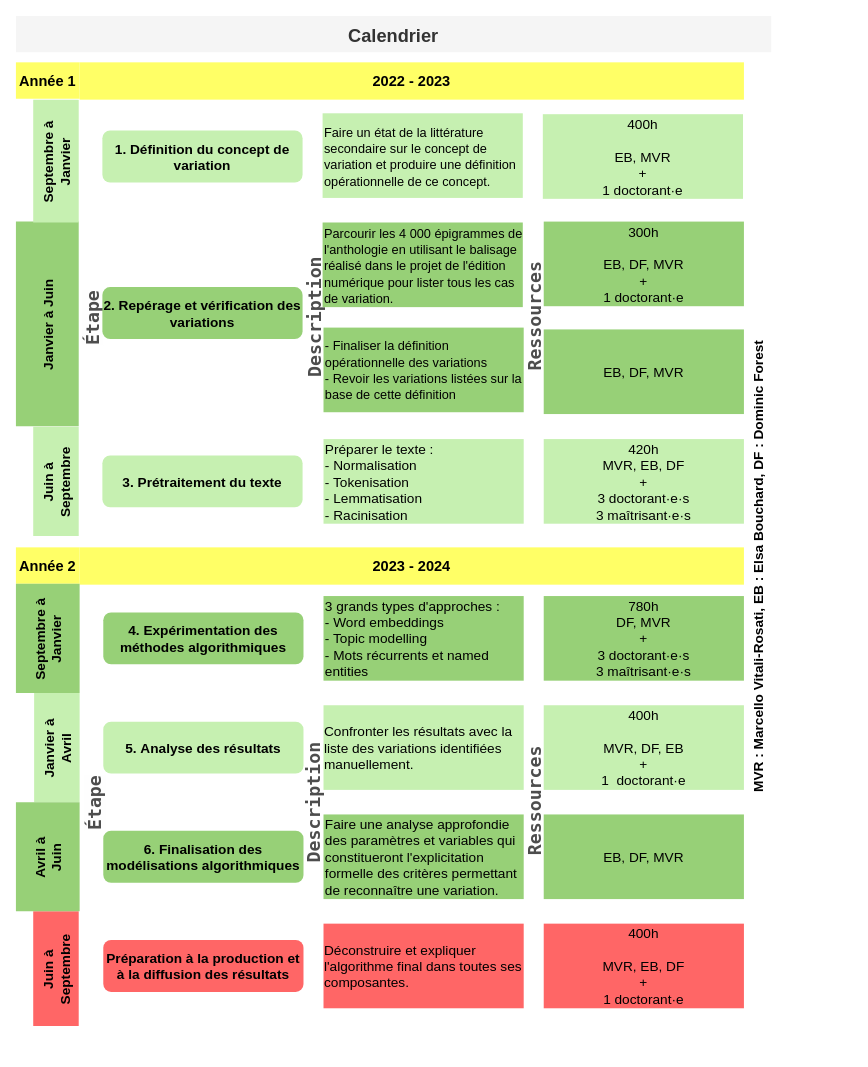
Before: page "Page-1" (1 of 2) of test Diagram.drawio in RochDLY/drawAAP, a draw.io diagram. Source tidied: cells renumbered, new cells numbered last; positions are measured from the earlier drawing's top-left corner, leaving out a move shared by most shapes. Both pictures are drawn from the tidied source at 91%, with x=0, y=0 at pixel (-116, 15).
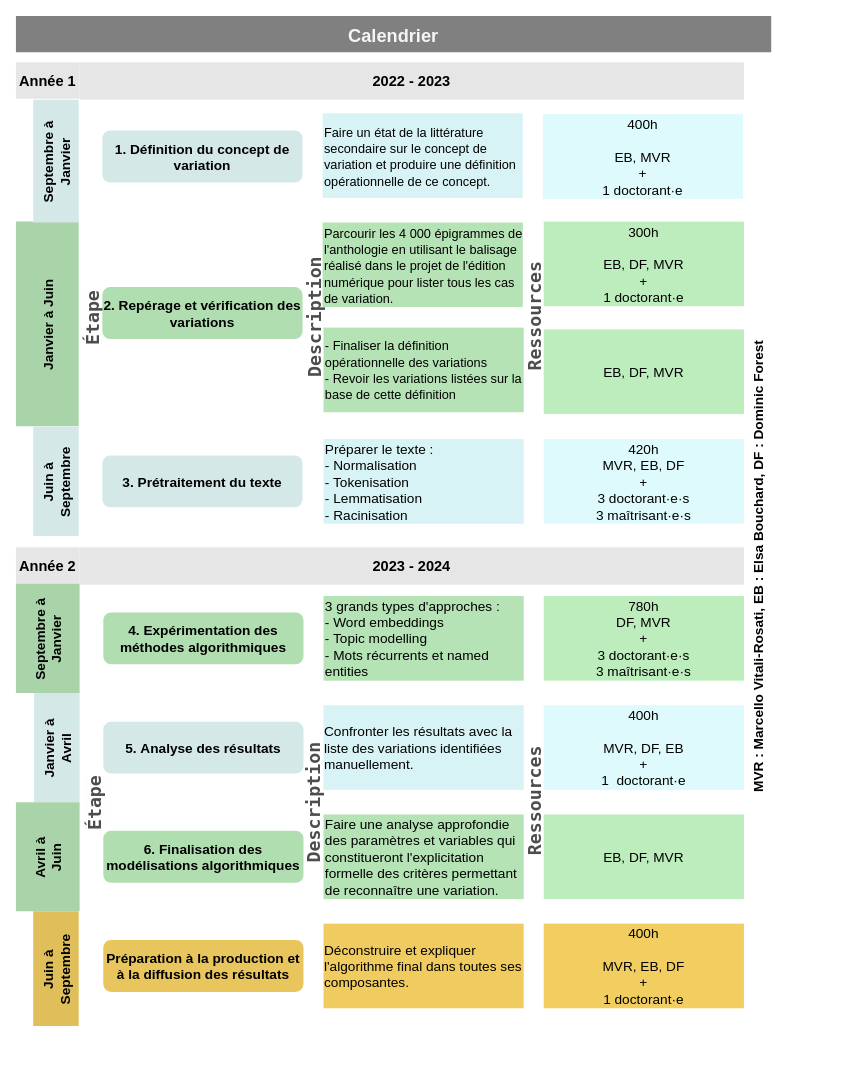
Above is the later version.

Diff of the diagram source:
```diff
@@
-    <mxCell id="2" value="Calendrier" style="swimlane;startSize=40;strokeColor=none;fontSize=20;strokeWidth=0;fillColor=#f5f5f5;fontColor=#333333;" parent="1" vertex="1">
+    <mxCell id="2" value="Calendrier" style="swimlane;startSize=40;strokeColor=none;fontSize=20;strokeWidth=0;fillColor=#808080;fontColor=#F5F5F5;" parent="1" vertex="1">
       <mxGeometry x="144" width="830" height="1139" as="geometry" />
     </mxCell>
-    <mxCell id="3" value="&lt;b&gt;&lt;font style=&quot;font-size: 16px&quot;&gt;2023 - 2024&lt;/font&gt;&lt;/b&gt;" style="rounded=0;whiteSpace=wrap;html=1;shadow=0;sketch=0;strokeColor=none;fillColor=#FFFF66;" parent="2" vertex="1">
+    <mxCell id="3" value="&lt;b&gt;&lt;font style=&quot;font-size: 16px&quot;&gt;2023 - 2024&lt;/font&gt;&lt;/b&gt;" style="rounded=0;whiteSpace=wrap;html=1;shadow=0;sketch=0;strokeColor=none;fillColor=#E6E6E6;" parent="2" vertex="1">
       <mxGeometry x="70" y="584" width="730" height="41" as="geometry" />
     </mxCell>
-    <mxCell id="4" value="&lt;b&gt;&lt;font style=&quot;font-size: 16px&quot;&gt;2022 - 2023&lt;/font&gt;&lt;/b&gt;" style="rounded=0;whiteSpace=wrap;html=1;shadow=0;sketch=0;strokeColor=none;fillColor=#FFFF66;" parent="2" vertex="1">
+    <mxCell id="4" value="&lt;b&gt;&lt;font style=&quot;font-size: 16px&quot;&gt;2022 - 2023&lt;/font&gt;&lt;/b&gt;" style="rounded=0;whiteSpace=wrap;html=1;shadow=0;sketch=0;strokeColor=none;fillColor=#E6E6E6;" parent="2" vertex="1">
       <mxGeometry x="70" y="51" width="730" height="41" as="geometry" />
     </mxCell>
-    <mxCell id="5" value="&lt;b&gt;Année 1&lt;/b&gt;" style="rounded=0;whiteSpace=wrap;html=1;shadow=0;sketch=0;fontSize=16;strokeColor=none;fillColor=#FFFF66;" parent="2" vertex="1">
+    <mxCell id="5" value="&lt;b&gt;Année 1&lt;/b&gt;" style="rounded=0;whiteSpace=wrap;html=1;shadow=0;sketch=0;fontSize=16;strokeColor=none;fillColor=#E6E6E6;" parent="2" vertex="1">
       <mxGeometry y="51" width="70" height="40" as="geometry" />
     </mxCell>
-    <mxCell id="6" value="&lt;b&gt;Année 2&lt;br&gt;&lt;/b&gt;" style="rounded=0;whiteSpace=wrap;html=1;shadow=0;sketch=0;fontSize=16;strokeColor=none;fillColor=#FFFF66;" parent="2" vertex="1">
+    <mxCell id="6" value="&lt;b&gt;Année 2&lt;br&gt;&lt;/b&gt;" style="rounded=0;whiteSpace=wrap;html=1;shadow=0;sketch=0;fontSize=16;strokeColor=none;fillColor=#E6E6E6;" parent="2" vertex="1">
       <mxGeometry y="584" width="70" height="40" as="geometry" />
     </mxCell>
-    <mxCell id="7" value="Juin à&#10;Septembre" style="swimlane;horizontal=0;startSize=50;fontSize=15;strokeWidth=1;strokeColor=none;fillColor=#C6F0B1;" parent="2" vertex="1">
+    <mxCell id="7" value="Juin à&#10;Septembre" style="swimlane;horizontal=0;startSize=50;fontSize=15;strokeWidth=1;strokeColor=none;fillColor=#D5E8E8;" parent="2" vertex="1">
       <mxGeometry x="19" y="451.5" width="781" height="120" as="geometry" />
     </mxCell>
@@
-    <mxCell id="9" value="&lt;div align=&quot;left&quot;&gt;Préparer le texte :&lt;/div&gt;&lt;div align=&quot;left&quot;&gt;- Normalisation&lt;/div&gt;&lt;div align=&quot;left&quot;&gt;- Tokenisation&lt;/div&gt;&lt;div align=&quot;left&quot;&gt;- Lemmatisation&lt;br&gt;&lt;/div&gt;&lt;div&gt;- Racinisation&lt;br&gt;&lt;/div&gt;" style="rounded=0;whiteSpace=wrap;html=1;dashed=1;fontSize=15;dashPattern=1 4;align=left;fillColor=#C6F0B1;strokeColor=none;" parent="7" vertex="1">
+    <mxCell id="9" value="&lt;div align=&quot;left&quot;&gt;Préparer le texte :&lt;/div&gt;&lt;div align=&quot;left&quot;&gt;- Normalisation&lt;/div&gt;&lt;div align=&quot;left&quot;&gt;- Tokenisation&lt;/div&gt;&lt;div align=&quot;left&quot;&gt;- Lemmatisation&lt;br&gt;&lt;/div&gt;&lt;div&gt;- Racinisation&lt;br&gt;&lt;/div&gt;" style="rounded=0;whiteSpace=wrap;html=1;dashed=1;fontSize=15;dashPattern=1 4;align=left;fillColor=#D8F3F5;strokeColor=none;" parent="7" vertex="1">
       <mxGeometry x="319" y="13.5" width="220" height="93" as="geometry" />
     </mxCell>
-    <mxCell id="10" value="&lt;div&gt;420h&lt;/div&gt;&lt;div&gt;MVR, EB, DF&lt;/div&gt;&lt;div&gt;+&lt;br&gt;&lt;/div&gt;&lt;div&gt;3 doctorant·e·s&lt;/div&gt;&lt;div&gt;3 maîtrisant·e·s&lt;br&gt;&lt;/div&gt;" style="rounded=0;whiteSpace=wrap;html=1;dashed=1;fontSize=15;dashPattern=1 4;align=center;fillColor=#C6F0B1;strokeColor=none;" parent="7" vertex="1">
+    <mxCell id="10" value="&lt;div&gt;420h&lt;/div&gt;&lt;div&gt;MVR, EB, DF&lt;/div&gt;&lt;div&gt;+&lt;br&gt;&lt;/div&gt;&lt;div&gt;3 doctorant·e·s&lt;/div&gt;&lt;div&gt;3 maîtrisant·e·s&lt;br&gt;&lt;/div&gt;" style="rounded=0;whiteSpace=wrap;html=1;dashed=1;fontSize=15;dashPattern=1 4;align=center;fillColor=#DFFAFC;strokeColor=none;" parent="7" vertex="1">
       <mxGeometry x="561" y="13.5" width="220" height="93" as="geometry" />
     </mxCell>
-    <mxCell id="11" value="&lt;b&gt;3.&lt;/b&gt; &lt;b&gt;Prétraitement du texte&lt;/b&gt;" style="rounded=1;whiteSpace=wrap;html=1;dashed=1;fontSize=15;dashPattern=1 4;align=center;fillColor=#C6F0B1;strokeColor=none;" parent="7" vertex="1">
+    <mxCell id="11" value="&lt;b&gt;3.&lt;/b&gt; &lt;b&gt;Prétraitement du texte&lt;/b&gt;" style="rounded=1;whiteSpace=wrap;html=1;dashed=1;fontSize=15;dashPattern=1 4;align=center;fillColor=#D5E8E8;strokeColor=none;gradientColor=none;gradientDirection=east;" parent="7" vertex="1">
       <mxGeometry x="76" y="31.5" width="220" height="57" as="geometry" />
     </mxCell>
-    <mxCell id="12" value="Janvier à&#10;Avril" style="swimlane;horizontal=0;startSize=50;fontSize=15;strokeWidth=1;strokeColor=none;fillColor=#C6F0B1;" parent="2" vertex="1">
+    <mxCell id="12" value="Janvier à&#10;Avril" style="swimlane;horizontal=0;startSize=50;fontSize=15;strokeWidth=1;strokeColor=none;fillColor=#D5E8E8;" parent="2" vertex="1">
       <mxGeometry x="20" y="744" width="780" height="120" as="geometry" />
     </mxCell>
@@
-    <mxCell id="14" value="&lt;div align=&quot;left&quot;&gt;Confronter les résultats avec la liste des variations identifiées manuellement.&lt;br&gt;&lt;/div&gt;" style="rounded=0;whiteSpace=wrap;html=1;dashed=1;fontSize=15;dashPattern=1 4;align=center;fillColor=#C6F0B1;strokeColor=none;" parent="12" vertex="1">
+    <mxCell id="14" value="&lt;div align=&quot;left&quot;&gt;Confronter les résultats avec la liste des variations identifiées manuellement.&lt;br&gt;&lt;/div&gt;" style="rounded=0;whiteSpace=wrap;html=1;dashed=1;fontSize=15;dashPattern=1 4;align=center;fillColor=#D8F3F5;strokeColor=none;" parent="12" vertex="1">
       <mxGeometry x="318" y="13.5" width="220" height="93" as="geometry" />
     </mxCell>
-    <mxCell id="15" value="&lt;div&gt;400h&lt;/div&gt;&lt;div&gt;&lt;br&gt;&lt;/div&gt;&lt;div&gt;MVR, DF, EB&lt;/div&gt;&lt;div&gt;+&lt;br&gt;&lt;/div&gt;&lt;div&gt;1&amp;nbsp; doctorant·e&lt;br&gt;&lt;/div&gt;" style="rounded=0;whiteSpace=wrap;html=1;dashed=1;fontSize=15;dashPattern=1 4;align=center;fillColor=#C6F0B1;strokeColor=none;" parent="12" vertex="1">
+    <mxCell id="15" value="&lt;div&gt;400h&lt;/div&gt;&lt;div&gt;&lt;br&gt;&lt;/div&gt;&lt;div&gt;MVR, DF, EB&lt;/div&gt;&lt;div&gt;+&lt;br&gt;&lt;/div&gt;&lt;div&gt;1&amp;nbsp; doctorant·e&lt;br&gt;&lt;/div&gt;" style="rounded=0;whiteSpace=wrap;html=1;dashed=1;fontSize=15;dashPattern=1 4;align=center;fillColor=#DFFAFC;strokeColor=none;" parent="12" vertex="1">
       <mxGeometry x="560" y="13.5" width="220" height="93" as="geometry" />
     </mxCell>
-    <mxCell id="16" value="&lt;b&gt;5.&lt;/b&gt; &lt;b&gt;Analyse des résultats&lt;/b&gt;" style="rounded=1;whiteSpace=wrap;html=1;dashed=1;fontSize=15;dashPattern=1 4;align=center;fillColor=#C6F0B1;strokeColor=none;" parent="12" vertex="1">
+    <mxCell id="16" value="&lt;b&gt;5.&lt;/b&gt; &lt;b&gt;Analyse des résultats&lt;/b&gt;" style="rounded=1;whiteSpace=wrap;html=1;dashed=1;fontSize=15;dashPattern=1 4;align=center;fillColor=#D5E8E8;strokeColor=none;gradientColor=none;gradientDirection=east;" parent="12" vertex="1">
       <mxGeometry x="76" y="31.5" width="220" height="57" as="geometry" />
     </mxCell>
-    <mxCell id="17" value="Juin à&#10;Septembre" style="swimlane;horizontal=0;startSize=50;fontSize=15;strokeWidth=1;strokeColor=none;fillColor=#FF6666;" parent="2" vertex="1">
+    <mxCell id="17" value="Juin à&#10;Septembre" style="swimlane;horizontal=0;startSize=50;fontSize=15;strokeWidth=1;strokeColor=none;fillColor=#E0BF5A;" parent="2" vertex="1">
       <mxGeometry x="19" y="984" width="781" height="126" as="geometry" />
     </mxCell>
@@
-    <mxCell id="19" value="&lt;div align=&quot;left&quot;&gt;Déconstruire et expliquer l'algorithme final dans toutes ses composantes.&lt;br&gt;&lt;/div&gt;" style="rounded=0;whiteSpace=wrap;html=1;dashed=1;fontSize=15;dashPattern=1 4;align=center;fillColor=#FF6666;strokeColor=none;" parent="17" vertex="1">
+    <mxCell id="19" value="&lt;div align=&quot;left&quot;&gt;Déconstruire et expliquer l'algorithme final dans toutes ses composantes.&lt;br&gt;&lt;/div&gt;" style="rounded=0;whiteSpace=wrap;html=1;dashed=1;fontSize=15;dashPattern=1 4;align=center;fillColor=#F0CC60;strokeColor=none;" parent="17" vertex="1">
       <mxGeometry x="319" y="13.5" width="220" height="93" as="geometry" />
     </mxCell>
-    <mxCell id="20" value="&lt;div&gt;400h&lt;/div&gt;&lt;div&gt;&lt;br&gt;&lt;/div&gt;&lt;div&gt;MVR, EB, DF&lt;/div&gt;&lt;div&gt;+&lt;br&gt;&lt;/div&gt;&lt;div&gt;1 doctorant·e&lt;br&gt;&lt;/div&gt;" style="rounded=0;whiteSpace=wrap;html=1;dashed=1;fontSize=15;dashPattern=1 4;align=center;fillColor=#FF6666;strokeColor=none;" parent="17" vertex="1">
+    <mxCell id="20" value="&lt;div&gt;400h&lt;/div&gt;&lt;div&gt;&lt;br&gt;&lt;/div&gt;&lt;div&gt;MVR, EB, DF&lt;/div&gt;&lt;div&gt;+&lt;br&gt;&lt;/div&gt;&lt;div&gt;1 doctorant·e&lt;br&gt;&lt;/div&gt;" style="rounded=0;whiteSpace=wrap;html=1;dashed=1;fontSize=15;dashPattern=1 4;align=center;fillColor=#F2CE61;strokeColor=none;" parent="17" vertex="1">
       <mxGeometry x="561" y="13.5" width="220" height="93" as="geometry" />
     </mxCell>
-    <mxCell id="21" value="&lt;b&gt;Préparation à la production et à la diffusion des résultats&lt;/b&gt;" style="rounded=1;whiteSpace=wrap;html=1;dashed=1;fontSize=15;dashPattern=1 4;align=center;fillColor=#FF6666;strokeColor=none;" parent="17" vertex="1">
+    <mxCell id="21" value="&lt;b&gt;Préparation à la production et à la diffusion des résultats&lt;/b&gt;" style="rounded=1;whiteSpace=wrap;html=1;dashed=1;fontSize=15;dashPattern=1 4;align=center;fillColor=#E8C55D;strokeColor=none;" parent="17" vertex="1">
       <mxGeometry x="77" y="31.5" width="220" height="57" as="geometry" />
     </mxCell>
@@
-    <mxCell id="23" value="Janvier à Juin" style="swimlane;horizontal=0;startSize=69;fontSize=15;strokeWidth=1;strokeColor=none;fillColor=#97D077;" parent="1" vertex="1">
+    <mxCell id="23" value="Janvier à Juin" style="swimlane;horizontal=0;startSize=69;fontSize=15;strokeWidth=1;strokeColor=none;fillColor=#A9D4A9;" parent="1" vertex="1">
       <mxGeometry x="144" y="226" width="800" height="225" as="geometry" />
     </mxCell>
@@
-    <mxCell id="25" value="&lt;div align=&quot;left&quot;&gt;&lt;font style=&quot;font-size: 14px&quot;&gt;- Finaliser la définition opérationnelle des variations&lt;/font&gt;&lt;br&gt;&lt;font style=&quot;font-size: 14px&quot;&gt;- Revoir les variations listées sur la base de cette définition&lt;/font&gt;&lt;/div&gt;" style="rounded=0;whiteSpace=wrap;html=1;dashed=1;fontSize=15;dashPattern=1 4;align=left;fillColor=#97D077;strokeColor=none;" parent="23" vertex="1">
+    <mxCell id="25" value="&lt;div align=&quot;left&quot;&gt;&lt;font style=&quot;font-size: 14px&quot;&gt;- Finaliser la définition opérationnelle des variations&lt;/font&gt;&lt;br&gt;&lt;font style=&quot;font-size: 14px&quot;&gt;- Revoir les variations listées sur la base de cette définition&lt;/font&gt;&lt;/div&gt;" style="rounded=0;whiteSpace=wrap;html=1;dashed=1;fontSize=15;dashPattern=1 4;align=left;fillColor=#B5E3B5;strokeColor=none;" parent="23" vertex="1">
       <mxGeometry x="338" y="116.5" width="220" height="93" as="geometry" />
     </mxCell>
-    <mxCell id="26" value="EB, DF, MVR" style="rounded=0;whiteSpace=wrap;html=1;dashed=1;fontSize=15;dashPattern=1 4;align=center;fillColor=#97D077;strokeColor=none;" parent="23" vertex="1">
+    <mxCell id="26" value="EB, DF, MVR" style="rounded=0;whiteSpace=wrap;html=1;dashed=1;fontSize=15;dashPattern=1 4;align=center;fillColor=#BDEDBD;strokeColor=none;" parent="23" vertex="1">
       <mxGeometry x="580" y="118.5" width="220" height="93" as="geometry" />
     </mxCell>
-    <mxCell id="27" value="300h&lt;div&gt;&lt;br&gt;&lt;/div&gt;&lt;div&gt;&lt;div&gt;EB, DF, MVR&lt;/div&gt;&lt;div&gt;+&lt;br&gt;&lt;/div&gt;1 doctorant·e&lt;/div&gt;" style="rounded=0;whiteSpace=wrap;html=1;dashed=1;fontSize=15;dashPattern=1 4;align=center;fillColor=#97D077;strokeColor=none;" parent="23" vertex="1">
+    <mxCell id="27" value="300h&lt;div&gt;&lt;br&gt;&lt;/div&gt;&lt;div&gt;&lt;div&gt;EB, DF, MVR&lt;/div&gt;&lt;div&gt;+&lt;br&gt;&lt;/div&gt;1 doctorant·e&lt;/div&gt;" style="rounded=0;whiteSpace=wrap;html=1;dashed=1;fontSize=15;dashPattern=1 4;align=center;fillColor=#BDEDBD;strokeColor=none;" parent="23" vertex="1">
       <mxGeometry x="580" width="220" height="93" as="geometry" />
     </mxCell>
@@
-    <mxCell id="31" value="Septembre à&#10;Janvier" style="swimlane;horizontal=0;startSize=70;fontSize=15;strokeWidth=1;strokeColor=none;fillColor=#97D077;" parent="1" vertex="1">
+    <mxCell id="31" value="Septembre à&#10;Janvier" style="swimlane;horizontal=0;startSize=70;fontSize=15;strokeWidth=1;strokeColor=none;fillColor=#A9D4A9;" parent="1" vertex="1">
       <mxGeometry x="144" y="624" width="800" height="120" as="geometry" />
     </mxCell>
@@
-    <mxCell id="33" value="&lt;div align=&quot;left&quot;&gt;3 grands types d'approches :&lt;br&gt;- Word embeddings&lt;br&gt;- Topic modelling&lt;br&gt;- Mots récurrents et named entities&lt;/div&gt;" style="rounded=0;whiteSpace=wrap;html=1;dashed=1;fontSize=15;dashPattern=1 4;align=left;fillColor=#97D077;strokeColor=none;" parent="31" vertex="1">
+    <mxCell id="33" value="&lt;div align=&quot;left&quot;&gt;3 grands types d'approches :&lt;br&gt;- Word embeddings&lt;br&gt;- Topic modelling&lt;br&gt;- Mots récurrents et named entities&lt;/div&gt;" style="rounded=0;whiteSpace=wrap;html=1;dashed=1;fontSize=15;dashPattern=1 4;align=left;fillColor=#B5E3B5;strokeColor=none;" parent="31" vertex="1">
       <mxGeometry x="338" y="13.5" width="220" height="93" as="geometry" />
     </mxCell>
-    <mxCell id="34" value="&lt;div&gt;780h&lt;br&gt;&lt;/div&gt;&lt;div&gt;DF, MVR&lt;/div&gt;&lt;div&gt;+&lt;br&gt;&lt;/div&gt;&lt;div&gt;3 doctorant·e·s&lt;/div&gt;&lt;div&gt;3 maîtrisant·e·s&lt;br&gt;&lt;/div&gt;" style="rounded=0;whiteSpace=wrap;html=1;dashed=1;fontSize=15;dashPattern=1 4;align=center;fillColor=#97D077;strokeColor=none;" parent="31" vertex="1">
+    <mxCell id="34" value="&lt;div&gt;780h&lt;br&gt;&lt;/div&gt;&lt;div&gt;DF, MVR&lt;/div&gt;&lt;div&gt;+&lt;br&gt;&lt;/div&gt;&lt;div&gt;3 doctorant·e·s&lt;/div&gt;&lt;div&gt;3 maîtrisant·e·s&lt;br&gt;&lt;/div&gt;" style="rounded=0;whiteSpace=wrap;html=1;dashed=1;fontSize=15;dashPattern=1 4;align=center;fillColor=#BDEDBD;strokeColor=none;" parent="31" vertex="1">
       <mxGeometry x="580" y="13.5" width="220" height="93" as="geometry" />
     </mxCell>
-    <mxCell id="35" value="&lt;b&gt;4.&lt;/b&gt; &lt;b&gt;Expérimentation des méthodes algorithmiques&lt;br&gt;&lt;/b&gt;" style="rounded=1;whiteSpace=wrap;html=1;dashed=1;fontSize=15;dashPattern=1 4;align=center;fillColor=#97D077;strokeColor=none;" parent="31" vertex="1">
+    <mxCell id="35" value="&lt;b&gt;4.&lt;/b&gt; &lt;b&gt;Expérimentation des méthodes algorithmiques&lt;br&gt;&lt;/b&gt;" style="rounded=1;whiteSpace=wrap;html=1;dashed=1;fontSize=15;dashPattern=1 4;align=center;fillColor=#B1DEB1;strokeColor=none;" parent="31" vertex="1">
       <mxGeometry x="96" y="31.5" width="220" height="57" as="geometry" />
     </mxCell>
-    <mxCell id="36" value="Avril à&#10;Juin" style="swimlane;horizontal=0;startSize=70;fontSize=15;strokeWidth=1;strokeColor=none;fillColor=#97D077;" parent="1" vertex="1">
+    <mxCell id="36" value="Avril à&#10;Juin" style="swimlane;horizontal=0;startSize=70;fontSize=15;strokeWidth=1;strokeColor=none;fillColor=#A9D4A9;" parent="1" vertex="1">
       <mxGeometry x="144" y="864" width="920" height="120" as="geometry" />
     </mxCell>
@@
-    <mxCell id="38" value="Faire une analyse approfondie des paramètres et variables qui constitueront l'explicitation formelle des critères permettant de reconnaître une variation." style="rounded=0;whiteSpace=wrap;html=1;dashed=1;fontSize=15;dashPattern=1 4;align=left;fillColor=#97D077;strokeColor=none;" parent="36" vertex="1">
+    <mxCell id="38" value="Faire une analyse approfondie des paramètres et variables qui constitueront l'explicitation formelle des critères permettant de reconnaître une variation." style="rounded=0;whiteSpace=wrap;html=1;dashed=1;fontSize=15;dashPattern=1 4;align=left;fillColor=#B5E3B5;strokeColor=none;" parent="36" vertex="1">
       <mxGeometry x="338" y="13.5" width="220" height="93" as="geometry" />
     </mxCell>
-    <mxCell id="39" value="EB, DF, MVR" style="rounded=0;whiteSpace=wrap;html=1;dashed=1;fontSize=15;dashPattern=1 4;align=center;fillColor=#97D077;strokeColor=none;" parent="36" vertex="1">
+    <mxCell id="39" value="EB, DF, MVR" style="rounded=0;whiteSpace=wrap;html=1;dashed=1;fontSize=15;dashPattern=1 4;align=center;fillColor=#BDEDBD;strokeColor=none;" parent="36" vertex="1">
       <mxGeometry x="580" y="13.5" width="220" height="93" as="geometry" />
     </mxCell>
-    <mxCell id="40" value="&lt;b&gt;6.&lt;/b&gt; &lt;b&gt;Finalisation des modélisations algorithmiques&lt;/b&gt;" style="rounded=1;whiteSpace=wrap;html=1;dashed=1;fontSize=15;dashPattern=1 4;align=center;fillColor=#97D077;strokeColor=none;" parent="36" vertex="1">
+    <mxCell id="40" value="&lt;b&gt;6.&lt;/b&gt; &lt;b&gt;Finalisation des modélisations algorithmiques&lt;/b&gt;" style="rounded=1;whiteSpace=wrap;html=1;dashed=1;fontSize=15;dashPattern=1 4;align=center;fillColor=#B1DEB1;strokeColor=none;" parent="36" vertex="1">
       <mxGeometry x="96" y="31.5" width="220" height="57" as="geometry" />
     </mxCell>
@@
-    <mxCell id="44" value="Septembre à&#10;Janvier" style="swimlane;horizontal=0;startSize=50;fontSize=15;strokeWidth=1;strokeColor=none;fillColor=#C6F0B1;" parent="1" vertex="1">
+    <mxCell id="44" value="Septembre à&#10;Janvier" style="swimlane;horizontal=0;startSize=50;fontSize=15;strokeWidth=1;strokeColor=none;fillColor=#D5E8E8;gradientColor=none;" parent="1" vertex="1">
       <mxGeometry x="163" y="92" width="780" height="135" as="geometry" />
     </mxCell>
@@
-    <mxCell id="46" value="&lt;b&gt;1. Définition du concept de variation&lt;/b&gt;" style="rounded=1;whiteSpace=wrap;html=1;dashed=1;fontSize=15;dashPattern=1 4;align=center;fillColor=#C6F0B1;strokeColor=none;" parent="44" vertex="1">
+    <mxCell id="46" value="&lt;b&gt;1. Définition du concept de variation&lt;/b&gt;" style="rounded=1;whiteSpace=wrap;html=1;dashed=1;fontSize=15;dashPattern=1 4;align=center;fillColor=#D5E8E8;strokeColor=none;gradientColor=none;gradientDirection=east;" parent="44" vertex="1">
       <mxGeometry x="76" y="34" width="220" height="57" as="geometry" />
     </mxCell>
-    <mxCell id="47" value="&lt;div&gt;400h&lt;/div&gt;&lt;div&gt;&lt;br&gt;&lt;/div&gt;&lt;div&gt;EB, MVR&lt;/div&gt;&lt;div&gt;+&lt;br&gt;&lt;/div&gt;&lt;div&gt;1 doctorant·e&lt;br&gt;&lt;/div&gt;" style="rounded=0;whiteSpace=wrap;html=1;dashed=1;fontSize=15;dashPattern=1 4;align=center;fillColor=#C6F0B1;strokeColor=none;" parent="44" vertex="1">
+    <mxCell id="47" value="&lt;div&gt;400h&lt;/div&gt;&lt;div&gt;&lt;br&gt;&lt;/div&gt;&lt;div&gt;EB, MVR&lt;/div&gt;&lt;div&gt;+&lt;br&gt;&lt;/div&gt;&lt;div&gt;1 doctorant·e&lt;br&gt;&lt;/div&gt;" style="rounded=0;whiteSpace=wrap;html=1;dashed=1;fontSize=15;dashPattern=1 4;align=center;fillColor=#DFFAFC;strokeColor=none;gradientColor=none;gradientDirection=east;" parent="44" vertex="1">
       <mxGeometry x="560" y="16" width="220" height="93" as="geometry" />
     </mxCell>
-    <mxCell id="48" value="&lt;div align=&quot;left&quot;&gt;&lt;font style=&quot;font-size: 14px&quot;&gt;Faire un état de la littérature secondaire sur le concept de variation et produire une définition opérationnelle de ce concept.&lt;/font&gt;&lt;/div&gt;" style="rounded=0;whiteSpace=wrap;html=1;dashed=1;fontSize=15;dashPattern=1 4;align=left;fillColor=#C6F0B1;strokeColor=none;" parent="44" vertex="1">
+    <mxCell id="48" value="&lt;div align=&quot;left&quot;&gt;&lt;font style=&quot;font-size: 14px&quot;&gt;Faire un état de la littérature secondaire sur le concept de variation et produire une définition opérationnelle de ce concept.&lt;/font&gt;&lt;/div&gt;" style="rounded=0;whiteSpace=wrap;html=1;dashed=1;fontSize=15;dashPattern=1 4;align=left;fillColor=#D8F3F5;strokeColor=none;gradientColor=none;gradientDirection=east;" parent="44" vertex="1">
       <mxGeometry x="318" y="15" width="220" height="93" as="geometry" />
     </mxCell>
-    <mxCell id="49" value="&lt;b&gt;2.&lt;/b&gt; &lt;b&gt;Repérage et vérification des variations&lt;/b&gt;" style="rounded=1;whiteSpace=wrap;html=1;dashed=1;fontSize=15;dashPattern=1 4;align=center;fillColor=#97D077;strokeColor=none;" parent="44" vertex="1">
+    <mxCell id="49" value="&lt;b&gt;2.&lt;/b&gt; &lt;b&gt;Repérage et vérification des variations&lt;/b&gt;" style="rounded=1;whiteSpace=wrap;html=1;dashed=1;fontSize=15;dashPattern=1 4;align=center;fillColor=#B1DEB1;strokeColor=none;gradientColor=none;" parent="44" vertex="1">
       <mxGeometry x="76" y="206" width="220" height="57" as="geometry" />
     </mxCell>
-    <mxCell id="50" value="&lt;div align=&quot;left&quot;&gt;&lt;font style=&quot;font-size: 14px&quot;&gt;Parcourir les 4 000 épigrammes de l'anthologie en utilisant le balisage réalisé dans le projet de l'édition numérique pour lister tous les cas de variation.&lt;/font&gt;&lt;/div&gt;" style="rounded=0;whiteSpace=wrap;html=1;dashed=1;fontSize=15;dashPattern=1 4;align=left;sketch=0;shadow=0;fillColor=#97D077;strokeColor=none;" parent="44" vertex="1">
+    <mxCell id="50" value="&lt;div align=&quot;left&quot;&gt;&lt;font style=&quot;font-size: 14px&quot;&gt;Parcourir les 4 000 épigrammes de l'anthologie en utilisant le balisage réalisé dans le projet de l'édition numérique pour lister tous les cas de variation.&lt;/font&gt;&lt;/div&gt;" style="rounded=0;whiteSpace=wrap;html=1;dashed=1;fontSize=15;dashPattern=1 4;align=left;sketch=0;shadow=0;fillColor=#B5E3B5;strokeColor=none;" parent="44" vertex="1">
       <mxGeometry x="318" y="135" width="220" height="93" as="geometry" />
     </mxCell>
```
